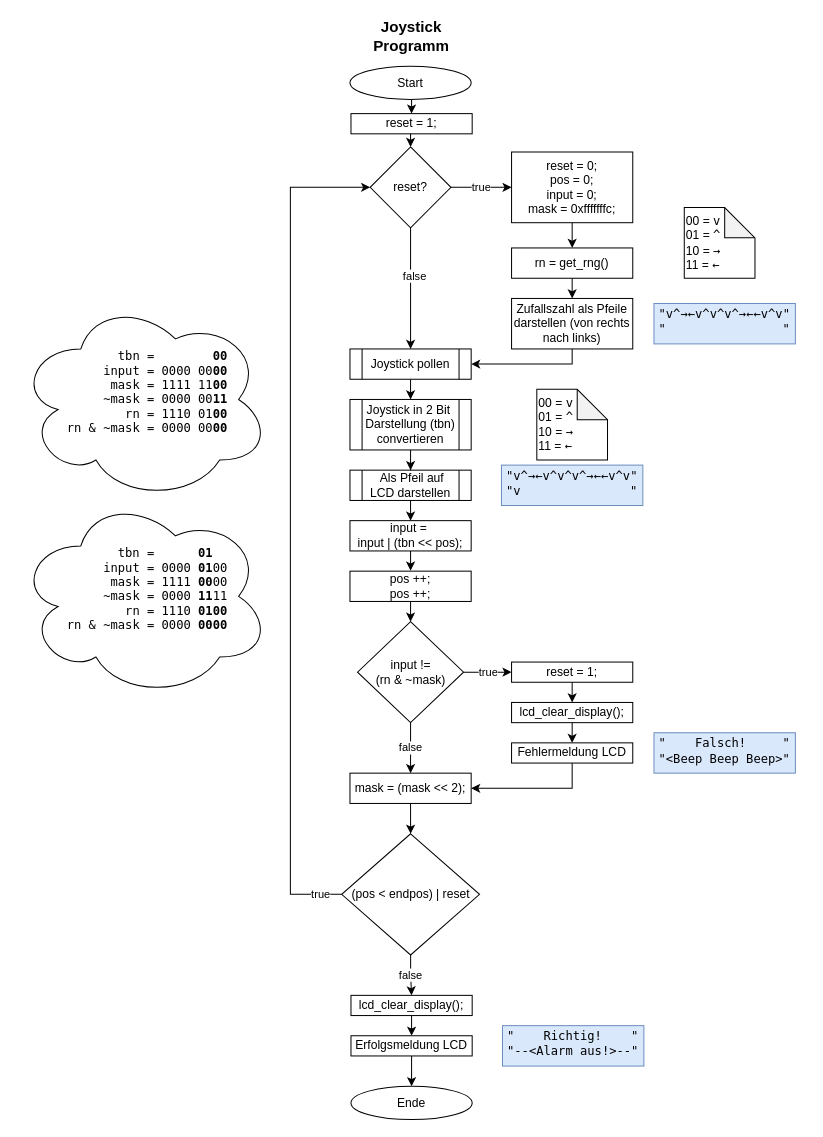
Before: page "Joystick" (5 of 5) of Untitled Diagram.drawio in Seafesko/Nucleo-Wecker, a draw.io diagram. Source tidied: cells renumbered, new cells numbered last; positions are measured from the earlier drawing's top-left corner, leaving out a move shared by most shapes. Both pictures are drawn from the tidied source at 101%, with x=0, y=0 at pixel (17, 25).
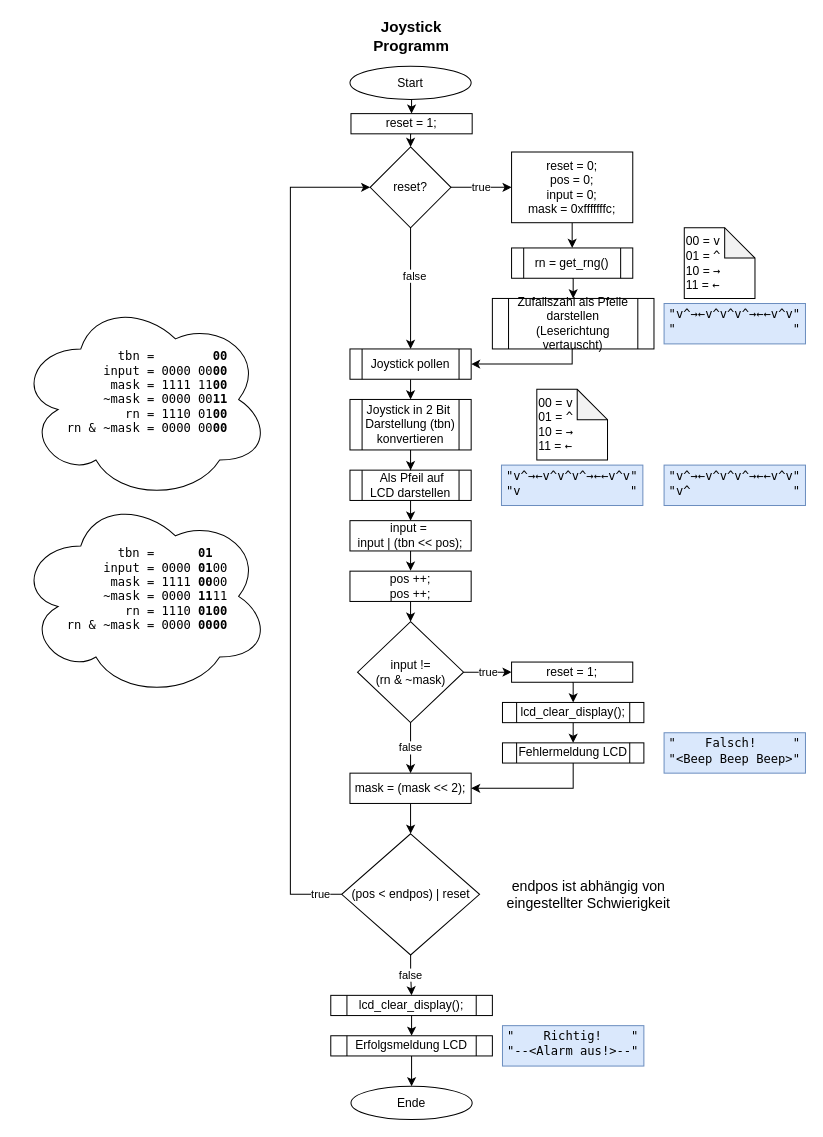
Above is the later version.

The change refers to these unchanged cells:
```xml
<mxCell id="10" value="&lt;div&gt;reset = 0;&lt;/div&gt;&lt;div&gt;pos = 0;&lt;/div&gt;&lt;div&gt;input = 0;&lt;/div&gt;&lt;div&gt;mask = 0xfffffffc;&lt;/div&gt;" style="rounded=0;whiteSpace=wrap;html=1;strokeWidth=1;" parent="1" vertex="1">
  <mxGeometry x="489" y="125" width="120" height="70" as="geometry" />
</mxCell>
```

The edit, as a diff of the source:
```diff
@@
-    <mxCell id="9" style="edgeStyle=orthogonalEdgeStyle;rounded=0;jettySize=auto;html=1;exitX=0.5;exitY=1;exitDx=0;exitDy=0;entryX=0.5;entryY=0;entryDx=0;entryDy=0;" parent="1" edge="1" source="10" target="13">
-      <mxGeometry relative="1" as="geometry" />
+    <mxCell id="9" style="edgeStyle=orthogonalEdgeStyle;rounded=0;jettySize=auto;html=1;exitX=0.5;exitY=1;exitDx=0;exitDy=0;entryX=0.5;entryY=0;entryDx=0;entryDy=0;" parent="1" edge="1" source="10">
+      <mxGeometry relative="1" as="geometry">
+        <mxPoint x="549" y="220" as="targetPoint" />
+      </mxGeometry>
     </mxCell>
@@
-    <mxCell id="12" style="edgeStyle=orthogonalEdgeStyle;rounded=0;jettySize=auto;html=1;exitX=0.5;exitY=1;exitDx=0;exitDy=0;entryX=0.5;entryY=0;entryDx=0;entryDy=0;" parent="1" edge="1" source="13" target="15">
-      <mxGeometry relative="1" as="geometry" />
+    <mxCell id="12" style="edgeStyle=orthogonalEdgeStyle;rounded=0;jettySize=auto;html=1;exitX=0.5;exitY=1;exitDx=0;exitDy=0;entryX=0.5;entryY=0;entryDx=0;entryDy=0;" parent="1" edge="1" target="15">
+      <mxGeometry relative="1" as="geometry">
+        <mxPoint x="549" y="250" as="sourcePoint" />
+      </mxGeometry>
     </mxCell>
-    <mxCell id="13" value="rn = get_rng()" style="rounded=0;whiteSpace=wrap;html=1;strokeWidth=1;" parent="1" vertex="1">
-      <mxGeometry x="489" y="220" width="120" height="30" as="geometry" />
-    </mxCell>
@@
-    <mxCell id="15" value="Zufallszahl als Pfeile darstellen (von rechts nach links)" style="rounded=0;whiteSpace=wrap;html=1;strokeWidth=1;" parent="1" vertex="1">
-      <mxGeometry x="489" y="270" width="120" height="50" as="geometry" />
+    <mxCell id="15" value="Zufallszahl als Pfeile darstellen (Leserichtung vertauscht)" style="shape=process;rounded=0;whiteSpace=wrap;html=1;strokeWidth=1;" parent="1" vertex="1">
+      <mxGeometry x="470" y="270" width="160" height="50" as="geometry" />
     </mxCell>
@@
-    <mxCell id="22" value="Joystick in 2 Bit&amp;nbsp; Darstellung (tbn) convertieren" style="shape=process;whiteSpace=wrap;html=1;backgroundOutline=1;strokeWidth=1;" parent="1" vertex="1">
+    <mxCell id="22" value="Joystick in 2 Bit&amp;nbsp; Darstellung (tbn) konvertieren" style="shape=process;whiteSpace=wrap;html=1;backgroundOutline=1;strokeWidth=1;" parent="1" vertex="1">
       <mxGeometry x="329" y="370" width="120" height="50" as="geometry" />
     </mxCell>
@@
     <mxCell id="26" value="&lt;div&gt;&lt;font face=&quot;Lucida Console&quot;&gt;&lt;br&gt;&lt;/font&gt;&lt;/div&gt;&lt;div&gt;&lt;font face=&quot;Lucida Console&quot;&gt;&quot;v^&lt;/font&gt;&lt;font face=&quot;Lucida Console&quot;&gt;→&lt;/font&gt;&lt;font face=&quot;Lucida Console&quot;&gt;←&lt;/font&gt;&lt;font face=&quot;Lucida Console&quot;&gt;v^&lt;/font&gt;&lt;font face=&quot;Lucida Console&quot;&gt;v^&lt;/font&gt;&lt;font face=&quot;Lucida Console&quot;&gt;v^&lt;/font&gt;&lt;font face=&quot;Lucida Console&quot;&gt;→&lt;/font&gt;&lt;font face=&quot;Lucida Console&quot;&gt;←&lt;/font&gt;&lt;font face=&quot;Lucida Console&quot;&gt;←&lt;/font&gt;&lt;font face=&quot;Lucida Console&quot;&gt;v^&lt;/font&gt;&lt;font face=&quot;Lucida Console&quot;&gt;v&lt;/font&gt;&lt;font face=&quot;Lucida Console&quot;&gt;&quot;&lt;/font&gt;&lt;/div&gt;&lt;font face=&quot;Lucida Console&quot;&gt;&quot; &amp;nbsp;&amp;nbsp;&amp;nbsp;&amp;nbsp;&amp;nbsp;&amp;nbsp;&amp;nbsp;&amp;nbsp;&amp;nbsp;&amp;nbsp;&amp;nbsp;&amp;nbsp;&amp;nbsp;&amp;nbsp; &quot;&lt;/font&gt;" style="text;html=1;strokeColor=#6c8ebf;fillColor=#dae8fc;spacing=5;spacingTop=-20;whiteSpace=wrap;overflow=hidden;rounded=0;" parent="1" vertex="1">
-      <mxGeometry x="630" y="275" width="140" height="40" as="geometry" />
+      <mxGeometry x="640" y="275" width="140" height="40" as="geometry" />
     </mxCell>
@@
     <mxCell id="29" value="&lt;div align=&quot;left&quot;&gt;00 = &lt;font face=&quot;Lucida Console&quot;&gt;v&lt;/font&gt;&lt;/div&gt;&lt;div align=&quot;left&quot;&gt;01 = &lt;font face=&quot;Lucida Console&quot;&gt;^&lt;/font&gt;&lt;/div&gt;&lt;div align=&quot;left&quot;&gt;10 = &lt;font face=&quot;Lucida Console&quot;&gt;→&lt;/font&gt;&lt;/div&gt;&lt;div align=&quot;left&quot;&gt;11 = &lt;font face=&quot;Lucida Console&quot;&gt;←&lt;/font&gt;&lt;/div&gt;" style="shape=note;whiteSpace=wrap;html=1;backgroundOutline=1;darkOpacity=0.05;align=left;" parent="1" vertex="1">
-      <mxGeometry x="660" y="180" width="70" height="70" as="geometry" />
+      <mxGeometry x="660" y="200" width="70" height="70" as="geometry" />
     </mxCell>
@@
-    <mxCell id="35" value="lcd_clear_display();" style="rounded=0;whiteSpace=wrap;html=1;" parent="1" vertex="1">
-      <mxGeometry x="489" y="670" width="120" height="20" as="geometry" />
+    <mxCell id="35" value="lcd_clear_display();" style="shape=process;rounded=0;whiteSpace=wrap;html=1;" parent="1" vertex="1">
+      <mxGeometry x="480" y="670" width="140" height="20" as="geometry" />
     </mxCell>
     <mxCell id="36" value="&lt;div&gt;&lt;font face=&quot;Lucida Console&quot;&gt;&lt;br&gt;&lt;/font&gt;&lt;/div&gt;&lt;div&gt;&lt;font face=&quot;Lucida Console&quot;&gt;&quot;&amp;nbsp;&amp;nbsp;&amp;nbsp; Falsch!&amp;nbsp;&amp;nbsp;&amp;nbsp;&amp;nbsp; &lt;/font&gt;&lt;font face=&quot;Lucida Console&quot;&gt;&quot;&lt;/font&gt;&lt;/div&gt;&lt;font face=&quot;Lucida Console&quot;&gt;&quot;&amp;lt;Beep Beep Beep&amp;gt;&quot;&lt;/font&gt;" style="text;html=1;strokeColor=#6c8ebf;fillColor=#dae8fc;spacing=5;spacingTop=-20;whiteSpace=wrap;overflow=hidden;rounded=0;" parent="1" vertex="1">
-      <mxGeometry x="630" y="700" width="140" height="40" as="geometry" />
+      <mxGeometry x="640" y="700" width="140" height="40" as="geometry" />
     </mxCell>
@@
-    <mxCell id="38" value="Fehlermeldung LCD" style="rounded=0;whiteSpace=wrap;html=1;" parent="1" vertex="1">
-      <mxGeometry x="489" y="710" width="120" height="20" as="geometry" />
+    <mxCell id="38" value="Fehlermeldung LCD" style="shape=process;rounded=0;whiteSpace=wrap;html=1;" parent="1" vertex="1">
+      <mxGeometry x="480" y="710" width="140" height="20" as="geometry" />
     </mxCell>
@@
-    <mxCell id="47" value="lcd_clear_display();" style="rounded=0;whiteSpace=wrap;html=1;" parent="1" vertex="1">
-      <mxGeometry x="330" y="960" width="120" height="20" as="geometry" />
+    <mxCell id="47" value="lcd_clear_display();" style="shape=process;rounded=0;whiteSpace=wrap;html=1;" parent="1" vertex="1">
+      <mxGeometry x="310" y="960" width="160" height="20" as="geometry" />
     </mxCell>
@@
-    <mxCell id="49" value="Erfolgsmeldung LCD" style="rounded=0;whiteSpace=wrap;html=1;" parent="1" vertex="1">
-      <mxGeometry x="330" y="1000" width="120" height="20" as="geometry" />
+    <mxCell id="49" value="Erfolgsmeldung LCD" style="shape=process;rounded=0;whiteSpace=wrap;html=1;" parent="1" vertex="1">
+      <mxGeometry x="310" y="1000" width="160" height="20" as="geometry" />
     </mxCell>
@@
+    <mxCell id="13" value="rn = get_rng()" style="shape=process;whiteSpace=wrap;html=1;backgroundOutline=1;" parent="1" vertex="1">
+      <mxGeometry x="489" y="220" width="120" height="30" as="geometry" />
+    </mxCell>
+    <mxCell id="56" style="edgeStyle=orthogonalEdgeStyle;rounded=0;orthogonalLoop=1;jettySize=auto;html=1;exitX=0.5;exitY=1;exitDx=0;exitDy=0;" parent="1" edge="1" source="13" target="13">
+      <mxGeometry relative="1" as="geometry" />
+    </mxCell>
+    <mxCell id="57" value="&lt;div&gt;&lt;font face=&quot;Lucida Console&quot;&gt;&lt;br&gt;&lt;/font&gt;&lt;/div&gt;&lt;div&gt;&lt;font face=&quot;Lucida Console&quot;&gt;&quot;v^&lt;/font&gt;&lt;font face=&quot;Lucida Console&quot;&gt;→&lt;/font&gt;&lt;font face=&quot;Lucida Console&quot;&gt;←&lt;/font&gt;&lt;font face=&quot;Lucida Console&quot;&gt;v^&lt;/font&gt;&lt;font face=&quot;Lucida Console&quot;&gt;v^&lt;/font&gt;&lt;font face=&quot;Lucida Console&quot;&gt;v^&lt;/font&gt;&lt;font face=&quot;Lucida Console&quot;&gt;→&lt;/font&gt;&lt;font face=&quot;Lucida Console&quot;&gt;←&lt;/font&gt;&lt;font face=&quot;Lucida Console&quot;&gt;←&lt;/font&gt;&lt;font face=&quot;Lucida Console&quot;&gt;v^&lt;/font&gt;&lt;font face=&quot;Lucida Console&quot;&gt;v&lt;/font&gt;&lt;font face=&quot;Lucida Console&quot;&gt;&quot;&lt;/font&gt;&lt;/div&gt;&lt;font face=&quot;Lucida Console&quot;&gt;&quot;v^&amp;nbsp; &amp;nbsp;&amp;nbsp;&amp;nbsp;&amp;nbsp;&amp;nbsp;&amp;nbsp;&amp;nbsp;&amp;nbsp;&amp;nbsp;&amp;nbsp;&amp;nbsp; &quot;&lt;/font&gt;" style="text;html=1;strokeColor=#6c8ebf;fillColor=#dae8fc;spacing=5;spacingTop=-20;whiteSpace=wrap;overflow=hidden;rounded=0;" parent="1" vertex="1">
+      <mxGeometry x="640" y="435" width="140" height="40" as="geometry" />
+    </mxCell>
+    <mxCell id="58" value="&lt;font style=&quot;font-size: 14px&quot;&gt;endpos ist abhängig von eingestellter Schwierigkeit&lt;/font&gt;" style="text;html=1;strokeColor=none;fillColor=none;align=center;verticalAlign=middle;whiteSpace=wrap;rounded=0;" parent="1" vertex="1">
+      <mxGeometry x="480" y="840" width="171" height="40" as="geometry" />
+    </mxCell>
```
